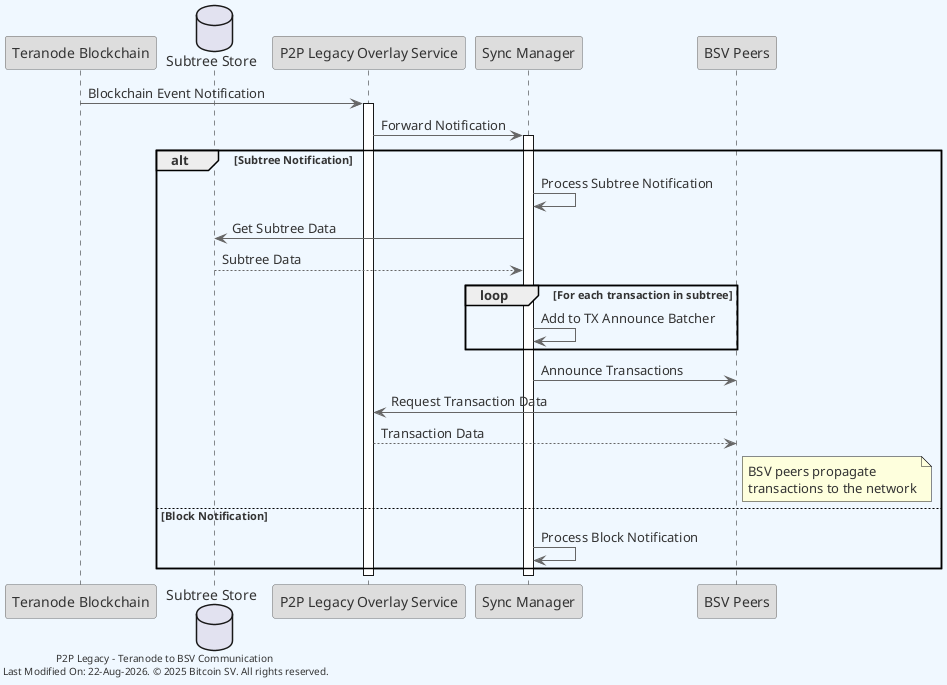
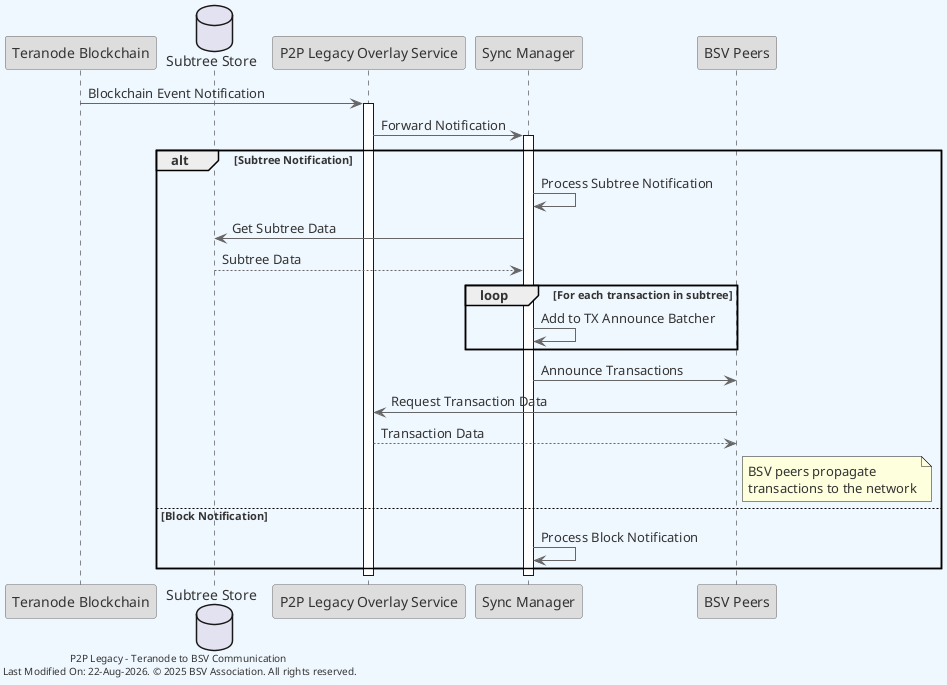
@startuml overview
skinparam backgroundColor #F0F8FF
skinparam defaultFontColor #333333
skinparam arrowColor #666666

' Define borders for all elements
skinparam entity {
  BorderColor #666666
  BackgroundColor #DDDDDD
}

skinparam control {
  BorderColor #666666
  BackgroundColor #DDDDDD
}

skinparam participant {
  BorderColor #666666
  BackgroundColor #DDDDDD
}


participant "Teranode Blockchain" as teranode
database "Subtree Store" as subtreeStore
participant "P2P Legacy Overlay Service" as legacy
participant "Sync Manager" as syncManager
participant "BSV Peers" as bsvpeers

teranode -> legacy: Blockchain Event Notification
activate legacy

legacy -> syncManager: Forward Notification
activate syncManager

alt Subtree Notification
    syncManager -> syncManager: Process Subtree Notification

    syncManager -> subtreeStore: Get Subtree Data
    subtreeStore --> syncManager: Subtree Data

    loop For each transaction in subtree
        syncManager -> syncManager: Add to TX Announce Batcher
    end

    syncManager -> bsvpeers: Announce Transactions
    bsvpeers -> legacy: Request Transaction Data
    legacy --> bsvpeers: Transaction Data

    note right of bsvpeers: BSV peers propagate\ntransactions to the network

else Block Notification
    syncManager -> syncManager: Process Block Notification
end

deactivate syncManager
deactivate legacy

- left footer "P2P Legacy - Teranode to BSV Communication\n Last Modified On: %date("dd-MMM-yyyy"). © 2025 Bitcoin SV. All rights reserved."
+ left footer "P2P Legacy - Teranode to BSV Communication\n Last Modified On: %date("dd-MMM-yyyy"). © 2025 BSV Association. All rights reserved."

@enduml
